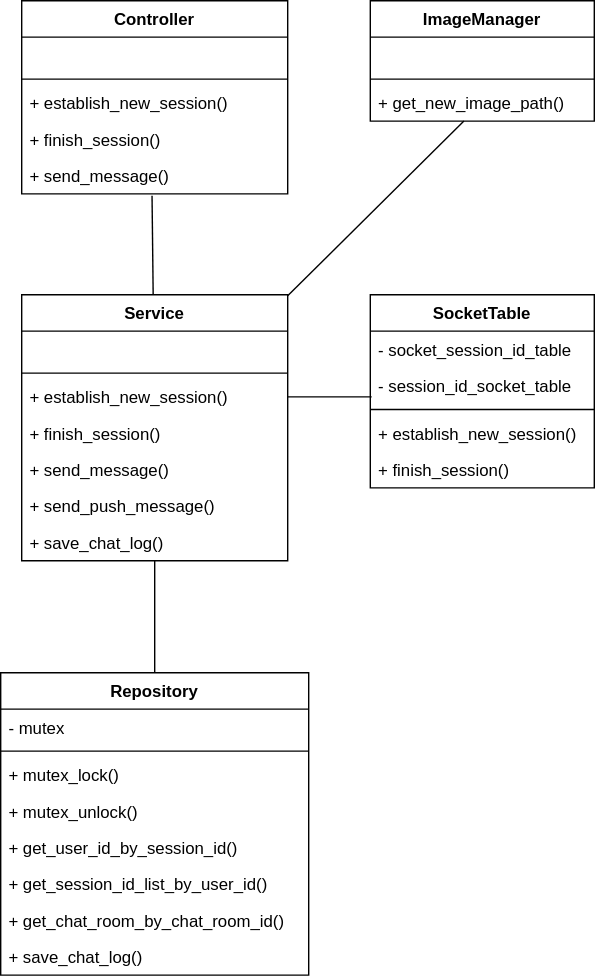
shlim0/2022_capstone1 keeps this draw.io diagram as 클래스 다이어그램/chat_server_class_diagram.svg. Above is the earlier version. Source tidied: cells renumbered, new cells last; positions are measured from the earlier drawing's top-left corner, leaving out a move shared by most shapes. Its diagram source:
```xml
<mxGraphModel>
  <root>
    <mxCell id="0" />
    <mxCell id="1" parent="0" />
    <mxCell id="2" value="Controller" style="swimlane;fontStyle=1;align=center;verticalAlign=top;horizontal=1;startSize=26;" parent="1" vertex="1">
      <mxGeometry x="15" width="190" height="138" as="geometry" />
    </mxCell>
    <mxCell id="3" value=" " style="text;strokeColor=none;fillColor=none;align=left;verticalAlign=top;spacingLeft=4;spacingRight=4;overflow=hidden;" parent="2" vertex="1">
      <mxGeometry y="26" width="190" height="26" as="geometry" />
    </mxCell>
    <mxCell id="4" style="line;strokeWidth=1;fillColor=none;align=left;verticalAlign=middle;spacingTop=-1;spacingLeft=3;spacingRight=3;labelPosition=right;strokeColor=inherit;" parent="2" vertex="1">
      <mxGeometry y="52" width="190" height="8" as="geometry" />
    </mxCell>
    <mxCell id="5" value="+ establish_new_session()    " style="text;strokeColor=none;fillColor=none;align=left;verticalAlign=top;spacingLeft=4;spacingRight=4;overflow=hidden;" parent="2" vertex="1">
      <mxGeometry y="60" width="190" height="26" as="geometry" />
    </mxCell>
    <mxCell id="6" value="+ finish_session()" style="text;strokeColor=none;fillColor=none;align=left;verticalAlign=top;spacingLeft=4;spacingRight=4;overflow=hidden;" parent="2" vertex="1">
      <mxGeometry y="86" width="190" height="26" as="geometry" />
    </mxCell>
    <mxCell id="7" value="+ send_message()" style="text;strokeColor=none;fillColor=none;align=left;verticalAlign=top;spacingLeft=4;spacingRight=4;overflow=hidden;points=[[0,0.5],[1,0.5]];portConstraint=eastwest;" parent="2" vertex="1">
      <mxGeometry y="112" width="190" height="26" as="geometry" />
    </mxCell>
    <mxCell id="8" value="Repository" style="swimlane;fontStyle=1;align=center;verticalAlign=top;horizontal=1;startSize=26;" parent="1" vertex="1">
      <mxGeometry y="480" width="220" height="216" as="geometry" />
    </mxCell>
    <mxCell id="9" value="- mutex" style="text;strokeColor=none;fillColor=none;align=left;verticalAlign=top;spacingLeft=4;spacingRight=4;overflow=hidden;" parent="8" vertex="1">
      <mxGeometry y="26" width="220" height="26" as="geometry" />
    </mxCell>
    <mxCell id="10" style="line;strokeWidth=1;fillColor=none;align=left;verticalAlign=middle;spacingTop=-1;spacingLeft=3;spacingRight=3;labelPosition=right;strokeColor=inherit;" parent="8" vertex="1">
      <mxGeometry y="52" width="220" height="8" as="geometry" />
    </mxCell>
    <mxCell id="11" value="+ mutex_lock()" style="text;strokeColor=none;fillColor=none;align=left;verticalAlign=top;spacingLeft=4;spacingRight=4;overflow=hidden;" parent="8" vertex="1">
      <mxGeometry y="60" width="220" height="26" as="geometry" />
    </mxCell>
    <mxCell id="12" value="+ mutex_unlock()" style="text;strokeColor=none;fillColor=none;align=left;verticalAlign=top;spacingLeft=4;spacingRight=4;overflow=hidden;" parent="8" vertex="1">
      <mxGeometry y="86" width="220" height="26" as="geometry" />
    </mxCell>
    <mxCell id="13" value="+ get_user_id_by_session_id()" style="text;strokeColor=none;fillColor=none;align=left;verticalAlign=top;spacingLeft=4;spacingRight=4;overflow=hidden;" parent="8" vertex="1">
      <mxGeometry y="112" width="220" height="26" as="geometry" />
    </mxCell>
    <mxCell id="14" value="+ get_session_id_list_by_user_id()" style="text;strokeColor=none;fillColor=none;align=left;verticalAlign=top;spacingLeft=4;spacingRight=4;overflow=hidden;" parent="8" vertex="1">
      <mxGeometry y="138" width="220" height="26" as="geometry" />
    </mxCell>
    <mxCell id="15" value="+ get_chat_room_by_chat_room_id()" style="text;strokeColor=none;fillColor=none;align=left;verticalAlign=top;spacingLeft=4;spacingRight=4;overflow=hidden;" parent="8" vertex="1">
      <mxGeometry y="164" width="220" height="26" as="geometry" />
    </mxCell>
    <mxCell id="16" value="+ save_chat_log()" style="text;strokeColor=none;fillColor=none;align=left;verticalAlign=top;spacingLeft=4;spacingRight=4;overflow=hidden;" parent="8" vertex="1">
      <mxGeometry y="190" width="220" height="26" as="geometry" />
    </mxCell>
    <mxCell id="17" value="SocketTable" style="swimlane;fontStyle=1;align=center;verticalAlign=top;horizontal=1;startSize=26;" parent="1" vertex="1">
      <mxGeometry x="264" y="210" width="160" height="138" as="geometry" />
    </mxCell>
    <mxCell id="18" value="- socket_session_id_table" style="text;strokeColor=none;fillColor=none;align=left;verticalAlign=top;spacingLeft=4;spacingRight=4;overflow=hidden;" parent="17" vertex="1">
      <mxGeometry y="26" width="160" height="26" as="geometry" />
    </mxCell>
    <mxCell id="19" value="- session_id_socket_table" style="text;strokeColor=none;fillColor=none;align=left;verticalAlign=top;spacingLeft=4;spacingRight=4;overflow=hidden;points=[[0,0.5],[1,0.5]];portConstraint=eastwest;" parent="17" vertex="1">
      <mxGeometry y="52" width="160" height="26" as="geometry" />
    </mxCell>
    <mxCell id="20" style="line;strokeWidth=1;fillColor=none;align=left;verticalAlign=middle;spacingTop=-1;spacingLeft=3;spacingRight=3;labelPosition=right;strokeColor=inherit;" parent="17" vertex="1">
      <mxGeometry y="78" width="160" height="8" as="geometry" />
    </mxCell>
    <mxCell id="21" value="+ establish_new_session()" style="text;strokeColor=none;fillColor=none;align=left;verticalAlign=top;spacingLeft=4;spacingRight=4;overflow=hidden;" parent="17" vertex="1">
      <mxGeometry y="86" width="160" height="26" as="geometry" />
    </mxCell>
    <mxCell id="22" value="+ finish_session()" style="text;strokeColor=none;fillColor=none;align=left;verticalAlign=top;spacingLeft=4;spacingRight=4;overflow=hidden;" parent="17" vertex="1">
      <mxGeometry y="112" width="160" height="26" as="geometry" />
    </mxCell>
    <mxCell id="23" value="ImageManager" style="swimlane;fontStyle=1;align=center;verticalAlign=top;horizontal=1;startSize=26;" parent="1" vertex="1">
      <mxGeometry x="264" width="160" height="86" as="geometry" />
    </mxCell>
    <mxCell id="24" value=" " style="text;strokeColor=none;fillColor=none;align=left;verticalAlign=top;spacingLeft=4;spacingRight=4;overflow=hidden;" parent="23" vertex="1">
      <mxGeometry y="26" width="160" height="26" as="geometry" />
    </mxCell>
    <mxCell id="25" style="line;strokeWidth=1;fillColor=none;align=left;verticalAlign=middle;spacingTop=-1;spacingLeft=3;spacingRight=3;labelPosition=right;strokeColor=inherit;" parent="23" vertex="1">
      <mxGeometry y="52" width="160" height="8" as="geometry" />
    </mxCell>
    <mxCell id="26" value="+ get_new_image_path()" style="text;strokeColor=none;fillColor=none;align=left;verticalAlign=top;spacingLeft=4;spacingRight=4;overflow=hidden;points=[[0,0.5],[1,0.5]];portConstraint=eastwest;" parent="23" vertex="1">
      <mxGeometry y="60" width="160" height="26" as="geometry" />
    </mxCell>
    <mxCell id="27" value="Service" style="swimlane;fontStyle=1;align=center;verticalAlign=top;horizontal=1;startSize=26;" parent="1" vertex="1">
      <mxGeometry x="15" y="210" width="190" height="190" as="geometry" />
    </mxCell>
    <mxCell id="28" value=" " style="text;strokeColor=none;fillColor=none;align=left;verticalAlign=top;spacingLeft=4;spacingRight=4;overflow=hidden;" parent="27" vertex="1">
      <mxGeometry y="26" width="190" height="26" as="geometry" />
    </mxCell>
    <mxCell id="29" style="line;strokeWidth=1;fillColor=none;align=left;verticalAlign=middle;spacingTop=-1;spacingLeft=3;spacingRight=3;labelPosition=right;strokeColor=inherit;" parent="27" vertex="1">
      <mxGeometry y="52" width="190" height="8" as="geometry" />
    </mxCell>
    <mxCell id="30" value="+ establish_new_session()    " style="text;strokeColor=none;fillColor=none;align=left;verticalAlign=top;spacingLeft=4;spacingRight=4;overflow=hidden;points=[[0,0.5],[1,0.5]];portConstraint=eastwest;" parent="27" vertex="1">
      <mxGeometry y="60" width="190" height="26" as="geometry" />
    </mxCell>
    <mxCell id="31" value="+ finish_session()" style="text;strokeColor=none;fillColor=none;align=left;verticalAlign=top;spacingLeft=4;spacingRight=4;overflow=hidden;" parent="27" vertex="1">
      <mxGeometry y="86" width="190" height="26" as="geometry" />
    </mxCell>
    <mxCell id="32" value="+ send_message()" style="text;strokeColor=none;fillColor=none;align=left;verticalAlign=top;spacingLeft=4;spacingRight=4;overflow=hidden;" parent="27" vertex="1">
      <mxGeometry y="112" width="190" height="26" as="geometry" />
    </mxCell>
    <mxCell id="33" value="+ send_push_message()" style="text;strokeColor=none;fillColor=none;align=left;verticalAlign=top;spacingLeft=4;spacingRight=4;overflow=hidden;" parent="27" vertex="1">
      <mxGeometry y="138" width="190" height="26" as="geometry" />
    </mxCell>
    <mxCell id="34" value="+ save_chat_log()" style="text;strokeColor=none;fillColor=none;align=left;verticalAlign=top;spacingLeft=4;spacingRight=4;overflow=hidden;points=[[0,0.5],[1,0.5]];portConstraint=eastwest;" parent="27" vertex="1">
      <mxGeometry y="164" width="190" height="26" as="geometry" />
    </mxCell>
    <mxCell id="35" style="endArrow=none;html=1;rounded=0;exitX=0.49;exitY=1.051;exitDx=0;exitDy=0;exitPerimeter=0;" parent="1" edge="1" source="7" target="27">
      <mxGeometry relative="1" as="geometry" />
    </mxCell>
    <mxCell id="36" style="endArrow=none;html=1;rounded=0;" parent="1" edge="1" source="26" target="27">
      <mxGeometry relative="1" as="geometry" />
    </mxCell>
    <mxCell id="37" style="endArrow=none;html=1;rounded=0;exitX=0.006;exitY=0.808;exitDx=0;exitDy=0;exitPerimeter=0;" parent="1" edge="1" source="19" target="30">
      <mxGeometry relative="1" as="geometry" />
    </mxCell>
    <mxCell id="38" style="endArrow=none;html=1;rounded=0;" parent="1" edge="1" source="34" target="8">
      <mxGeometry relative="1" as="geometry" />
    </mxCell>
  </root>
</mxGraphModel>
```
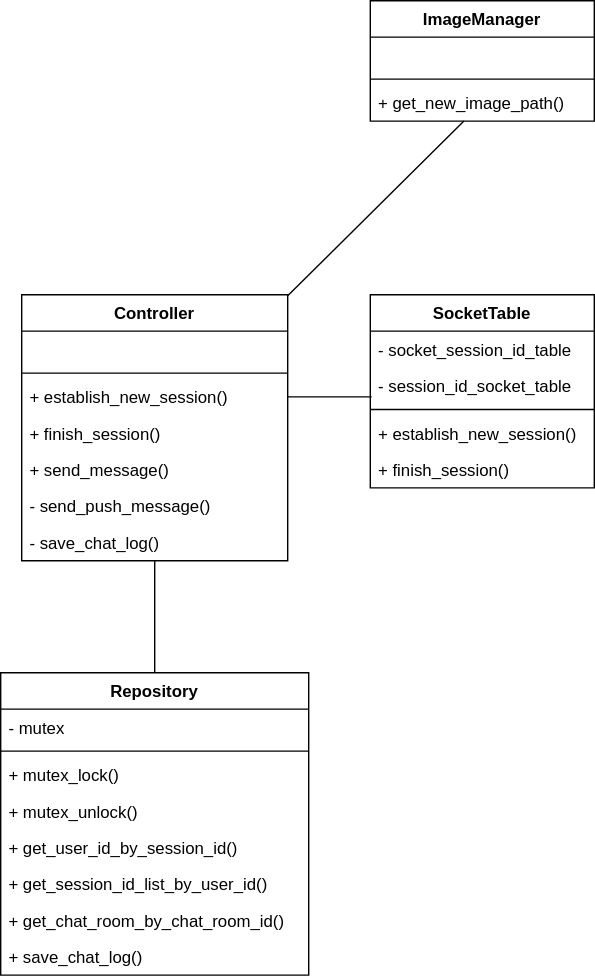
Later version of the same file.

Commit message:
chat server class diagram 서비스 클래스 삭제

The edit, as a diff of the source:
```diff
@@ -2,24 +2,6 @@
   <root>
     <mxCell id="0" />
     <mxCell id="1" parent="0" />
-    <mxCell id="2" value="Controller" style="swimlane;fontStyle=1;align=center;verticalAlign=top;horizontal=1;startSize=26;" parent="1" vertex="1">
-      <mxGeometry x="15" width="190" height="138" as="geometry" />
-    </mxCell>
-    <mxCell id="3" value=" " style="text;strokeColor=none;fillColor=none;align=left;verticalAlign=top;spacingLeft=4;spacingRight=4;overflow=hidden;" parent="2" vertex="1">
-      <mxGeometry y="26" width="190" height="26" as="geometry" />
-    </mxCell>
-    <mxCell id="4" style="line;strokeWidth=1;fillColor=none;align=left;verticalAlign=middle;spacingTop=-1;spacingLeft=3;spacingRight=3;labelPosition=right;strokeColor=inherit;" parent="2" vertex="1">
-      <mxGeometry y="52" width="190" height="8" as="geometry" />
-    </mxCell>
-    <mxCell id="5" value="+ establish_new_session()    " style="text;strokeColor=none;fillColor=none;align=left;verticalAlign=top;spacingLeft=4;spacingRight=4;overflow=hidden;" parent="2" vertex="1">
-      <mxGeometry y="60" width="190" height="26" as="geometry" />
-    </mxCell>
-    <mxCell id="6" value="+ finish_session()" style="text;strokeColor=none;fillColor=none;align=left;verticalAlign=top;spacingLeft=4;spacingRight=4;overflow=hidden;" parent="2" vertex="1">
-      <mxGeometry y="86" width="190" height="26" as="geometry" />
-    </mxCell>
-    <mxCell id="7" value="+ send_message()" style="text;strokeColor=none;fillColor=none;align=left;verticalAlign=top;spacingLeft=4;spacingRight=4;overflow=hidden;points=[[0,0.5],[1,0.5]];portConstraint=eastwest;" parent="2" vertex="1">
-      <mxGeometry y="112" width="190" height="26" as="geometry" />
-    </mxCell>
     <mxCell id="8" value="Repository" style="swimlane;fontStyle=1;align=center;verticalAlign=top;horizontal=1;startSize=26;" parent="1" vertex="1">
       <mxGeometry y="480" width="220" height="216" as="geometry" />
     </mxCell>
@@ -77,7 +59,7 @@
     <mxCell id="26" value="+ get_new_image_path()" style="text;strokeColor=none;fillColor=none;align=left;verticalAlign=top;spacingLeft=4;spacingRight=4;overflow=hidden;points=[[0,0.5],[1,0.5]];portConstraint=eastwest;" parent="23" vertex="1">
       <mxGeometry y="60" width="160" height="26" as="geometry" />
     </mxCell>
-    <mxCell id="27" value="Service" style="swimlane;fontStyle=1;align=center;verticalAlign=top;horizontal=1;startSize=26;" parent="1" vertex="1">
+    <mxCell id="27" value="Controller" style="swimlane;fontStyle=1;align=center;verticalAlign=top;horizontal=1;startSize=26;" parent="1" vertex="1">
       <mxGeometry x="15" y="210" width="190" height="190" as="geometry" />
     </mxCell>
     <mxCell id="28" value=" " style="text;strokeColor=none;fillColor=none;align=left;verticalAlign=top;spacingLeft=4;spacingRight=4;overflow=hidden;" parent="27" vertex="1">
@@ -95,15 +77,12 @@
     <mxCell id="32" value="+ send_message()" style="text;strokeColor=none;fillColor=none;align=left;verticalAlign=top;spacingLeft=4;spacingRight=4;overflow=hidden;" parent="27" vertex="1">
       <mxGeometry y="112" width="190" height="26" as="geometry" />
     </mxCell>
-    <mxCell id="33" value="+ send_push_message()" style="text;strokeColor=none;fillColor=none;align=left;verticalAlign=top;spacingLeft=4;spacingRight=4;overflow=hidden;" parent="27" vertex="1">
+    <mxCell id="33" value="- send_push_message()" style="text;strokeColor=none;fillColor=none;align=left;verticalAlign=top;spacingLeft=4;spacingRight=4;overflow=hidden;" parent="27" vertex="1">
       <mxGeometry y="138" width="190" height="26" as="geometry" />
     </mxCell>
-    <mxCell id="34" value="+ save_chat_log()" style="text;strokeColor=none;fillColor=none;align=left;verticalAlign=top;spacingLeft=4;spacingRight=4;overflow=hidden;points=[[0,0.5],[1,0.5]];portConstraint=eastwest;" parent="27" vertex="1">
+    <mxCell id="34" value="- save_chat_log()" style="text;strokeColor=none;fillColor=none;align=left;verticalAlign=top;spacingLeft=4;spacingRight=4;overflow=hidden;points=[[0,0.5],[1,0.5]];portConstraint=eastwest;" parent="27" vertex="1">
       <mxGeometry y="164" width="190" height="26" as="geometry" />
     </mxCell>
-    <mxCell id="35" style="endArrow=none;html=1;rounded=0;exitX=0.49;exitY=1.051;exitDx=0;exitDy=0;exitPerimeter=0;" parent="1" edge="1" source="7" target="27">
-      <mxGeometry relative="1" as="geometry" />
-    </mxCell>
     <mxCell id="36" style="endArrow=none;html=1;rounded=0;" parent="1" edge="1" source="26" target="27">
       <mxGeometry relative="1" as="geometry" />
     </mxCell>
```
